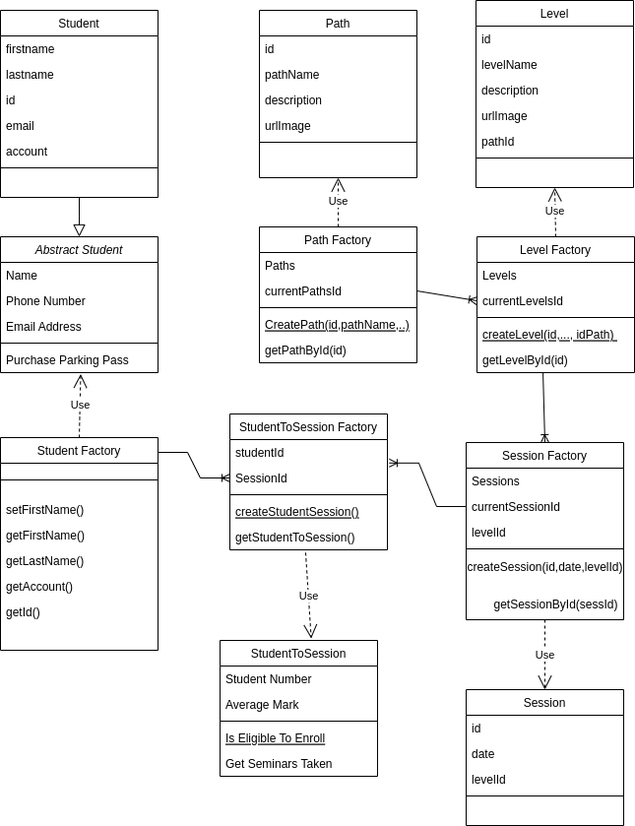
Earlier version of the draw.io export course_system_white.png (Frostbite22/DecentralizedCoursesBookingSystem). Source tidied: cells renumbered, new cells last; positions are measured from the earlier drawing's top-left corner, leaving out a move shared by most shapes.
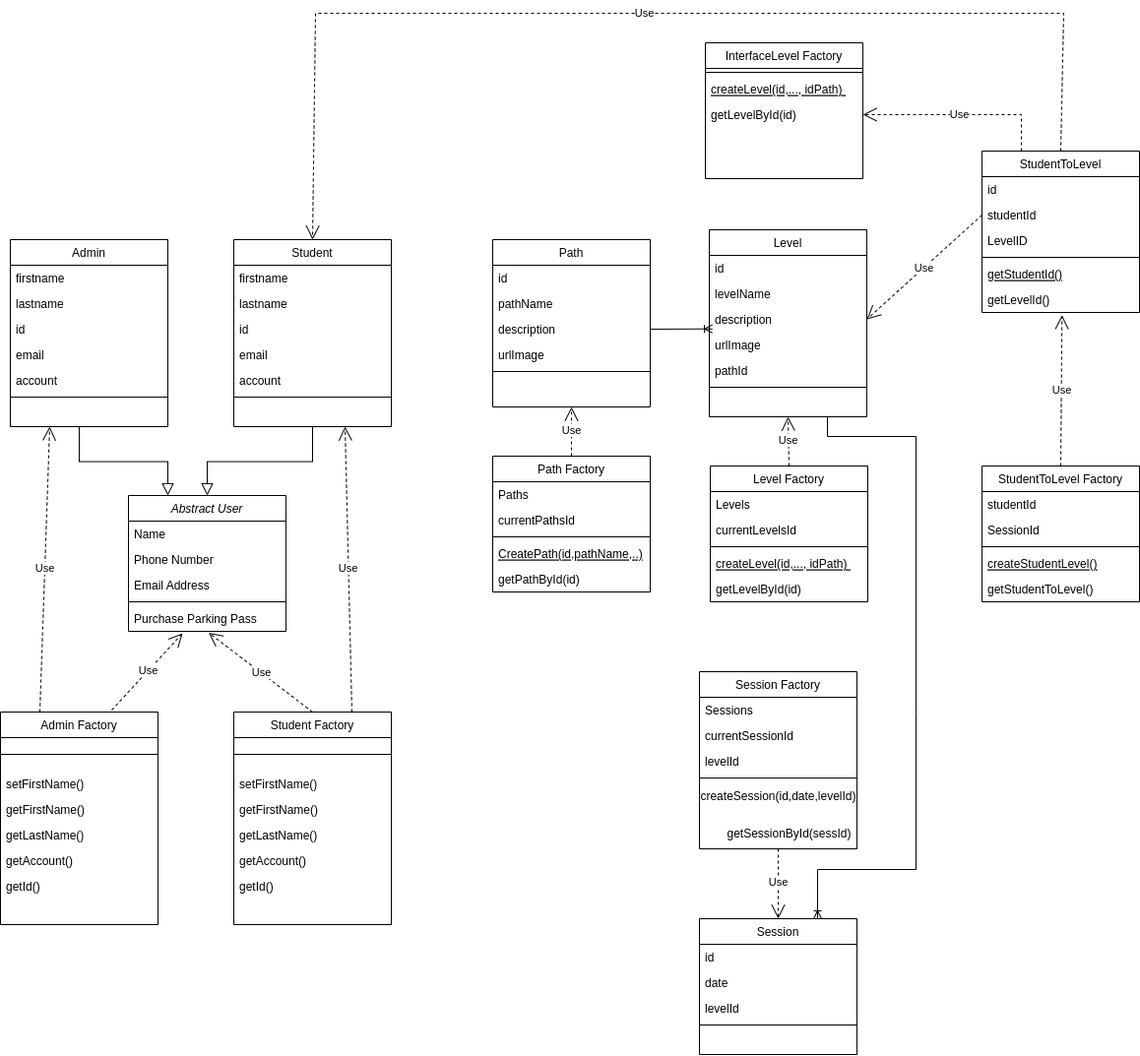
Above is the later version.

Commit message:
update class diagram

Change to the diagram source:
```diff
@@ -2,8 +2,8 @@
   <root>
     <mxCell id="0" />
     <mxCell id="1" parent="0" />
-    <mxCell id="2" value="Abstract Student" style="swimlane;fontStyle=2;align=center;verticalAlign=top;horizontal=1;startSize=26;rounded=0;shadow=0;strokeWidth=1;" parent="1" vertex="1">
-      <mxGeometry y="240" width="160" height="138" as="geometry" />
+    <mxCell id="2" value="Abstract User" style="swimlane;fontStyle=2;align=center;verticalAlign=top;horizontal=1;startSize=26;rounded=0;shadow=0;strokeWidth=1;" parent="1" vertex="1">
+      <mxGeometry x="-107" y="270" width="160" height="138" as="geometry" />
     </mxCell>
     <mxCell id="3" value="Name" style="text;align=left;verticalAlign=top;spacingLeft=4;spacingRight=4;overflow=hidden;" parent="2" vertex="1">
       <mxGeometry y="26" width="160" height="26" as="geometry" />
@@ -45,7 +45,7 @@
       <mxGeometry relative="1" as="geometry" />
     </mxCell>
     <mxCell id="16" value="Student Factory" style="swimlane;fontStyle=0;align=center;verticalAlign=top;horizontal=1;startSize=26;rounded=0;shadow=0;strokeWidth=1;" parent="1" vertex="1">
-      <mxGeometry y="444" width="160" height="216" as="geometry" />
+      <mxGeometry y="490" width="160" height="216" as="geometry" />
     </mxCell>
     <mxCell id="17" style="line;html=1;strokeWidth=1;align=left;verticalAlign=middle;spacingTop=-1;spacingLeft=3;spacingRight=3;labelPosition=right;" parent="16" vertex="1">
       <mxGeometry y="26" width="160" height="34" as="geometry" />
@@ -104,26 +104,29 @@
     <mxCell id="35" value="Use" style="endArrow=open;endSize=12;dashed=1;html=1;rounded=0;entryX=0.5;entryY=0;entryDx=0;entryDy=0;exitX=0.5;exitY=1;exitDx=0;exitDy=0;" parent="1" edge="1" source="29" target="24">
       <mxGeometry relative="1" as="geometry" />
     </mxCell>
-    <mxCell id="36" value="StudentToSession" style="swimlane;fontStyle=0;align=center;verticalAlign=top;horizontal=1;startSize=26;rounded=0;shadow=0;strokeWidth=1;" parent="1" vertex="1">
-      <mxGeometry x="223" y="650" width="160" height="138" as="geometry" />
+    <mxCell id="36" value="StudentToLevel" style="swimlane;fontStyle=0;align=center;verticalAlign=top;horizontal=1;startSize=26;rounded=0;shadow=0;strokeWidth=1;" parent="1" vertex="1">
+      <mxGeometry x="760" y="-80" width="160" height="164" as="geometry" />
     </mxCell>
-    <mxCell id="37" value="Student Number" style="text;align=left;verticalAlign=top;spacingLeft=4;spacingRight=4;overflow=hidden;" parent="36" vertex="1">
+    <mxCell id="37" value="id" style="text;align=left;verticalAlign=top;spacingLeft=4;spacingRight=4;overflow=hidden;" parent="36" vertex="1">
       <mxGeometry y="26" width="160" height="26" as="geometry" />
     </mxCell>
-    <mxCell id="38" value="Average Mark" style="text;align=left;verticalAlign=top;spacingLeft=4;spacingRight=4;overflow=hidden;points=[[0,0.5],[1,0.5]];portConstraint=eastwest;rounded=0;shadow=0;html=0;" parent="36" vertex="1">
+    <mxCell id="38" value="studentId" style="text;align=left;verticalAlign=top;spacingLeft=4;spacingRight=4;overflow=hidden;points=[[0,0.5],[1,0.5]];portConstraint=eastwest;rounded=0;shadow=0;html=0;" parent="36" vertex="1">
       <mxGeometry y="52" width="160" height="26" as="geometry" />
     </mxCell>
+    <mxCell id="81" value="LevelID" style="text;align=left;verticalAlign=top;spacingLeft=4;spacingRight=4;overflow=hidden;rounded=0;shadow=0;html=0;" parent="36" vertex="1">
+      <mxGeometry y="78" width="160" height="26" as="geometry" />
+    </mxCell>
     <mxCell id="39" style="line;html=1;strokeWidth=1;align=left;verticalAlign=middle;spacingTop=-1;spacingLeft=3;spacingRight=3;labelPosition=right;" parent="36" vertex="1">
-      <mxGeometry y="78" width="160" height="8" as="geometry" />
+      <mxGeometry y="104" width="160" height="8" as="geometry" />
     </mxCell>
-    <mxCell id="40" value="Is Eligible To Enroll" style="text;align=left;verticalAlign=top;spacingLeft=4;spacingRight=4;overflow=hidden;fontStyle=4;" parent="36" vertex="1">
-      <mxGeometry y="86" width="160" height="26" as="geometry" />
+    <mxCell id="40" value="getStudentId()" style="text;align=left;verticalAlign=top;spacingLeft=4;spacingRight=4;overflow=hidden;fontStyle=4;" parent="36" vertex="1">
+      <mxGeometry y="112" width="160" height="26" as="geometry" />
     </mxCell>
-    <mxCell id="41" value="Get Seminars Taken" style="text;align=left;verticalAlign=top;spacingLeft=4;spacingRight=4;overflow=hidden;points=[[0,0.5],[1,0.5]];portConstraint=eastwest;" parent="36" vertex="1">
-      <mxGeometry y="112" width="160" height="26" as="geometry" />
+    <mxCell id="41" value="getLevelId()" style="text;align=left;verticalAlign=top;spacingLeft=4;spacingRight=4;overflow=hidden;points=[[0,0.5],[1,0.5]];portConstraint=eastwest;" parent="36" vertex="1">
+      <mxGeometry y="138" width="160" height="26" as="geometry" />
     </mxCell>
-    <mxCell id="42" value="StudentToSession Factory" style="swimlane;fontStyle=0;align=center;verticalAlign=top;horizontal=1;startSize=26;rounded=0;shadow=0;strokeWidth=1;" parent="1" vertex="1">
-      <mxGeometry x="233" y="420" width="160" height="138" as="geometry" />
+    <mxCell id="42" value="StudentToLevel Factory" style="swimlane;fontStyle=0;align=center;verticalAlign=top;horizontal=1;startSize=26;rounded=0;shadow=0;strokeWidth=1;" parent="1" vertex="1">
+      <mxGeometry x="760" y="240" width="160" height="138" as="geometry" />
     </mxCell>
     <mxCell id="43" value="studentId" style="text;align=left;verticalAlign=top;spacingLeft=4;spacingRight=4;overflow=hidden;" parent="42" vertex="1">
       <mxGeometry y="26" width="160" height="26" as="geometry" />
@@ -134,23 +137,15 @@
     <mxCell id="45" style="line;html=1;strokeWidth=1;align=left;verticalAlign=middle;spacingTop=-1;spacingLeft=3;spacingRight=3;labelPosition=right;" parent="42" vertex="1">
       <mxGeometry y="78" width="160" height="8" as="geometry" />
     </mxCell>
-    <mxCell id="46" value="createStudentSession()" style="text;align=left;verticalAlign=top;spacingLeft=4;spacingRight=4;overflow=hidden;fontStyle=4;" parent="42" vertex="1">
+    <mxCell id="46" value="createStudentLevel()" style="text;align=left;verticalAlign=top;spacingLeft=4;spacingRight=4;overflow=hidden;fontStyle=4;" parent="42" vertex="1">
       <mxGeometry y="86" width="160" height="26" as="geometry" />
     </mxCell>
-    <mxCell id="47" value="getStudentToSession()" style="text;align=left;verticalAlign=top;spacingLeft=4;spacingRight=4;overflow=hidden;points=[[0,0.5],[1,0.5]];portConstraint=eastwest;" parent="42" vertex="1">
+    <mxCell id="47" value="getStudentToLevel()" style="text;align=left;verticalAlign=top;spacingLeft=4;spacingRight=4;overflow=hidden;points=[[0,0.5],[1,0.5]];portConstraint=eastwest;" parent="42" vertex="1">
       <mxGeometry y="112" width="160" height="26" as="geometry" />
     </mxCell>
-    <mxCell id="48" value="Use" style="endArrow=open;endSize=12;dashed=1;html=1;rounded=0;entryX=0.579;entryY=-0.014;entryDx=0;entryDy=0;entryPerimeter=0;exitX=0.481;exitY=1.11;exitDx=0;exitDy=0;exitPerimeter=0;" parent="1" edge="1" source="47" target="36">
+    <mxCell id="48" value="Use" style="endArrow=open;endSize=12;dashed=1;html=1;rounded=0;exitX=0.5;exitY=0;exitDx=0;exitDy=0;entryX=0.508;entryY=1.103;entryDx=0;entryDy=0;entryPerimeter=0;" parent="1" edge="1" source="42" target="41">
       <mxGeometry relative="1" as="geometry" />
     </mxCell>
-    <mxCell id="49" style="edgeStyle=entityRelationEdgeStyle;fontSize=12;html=1;endArrow=ERoneToMany;rounded=0;exitX=1;exitY=0.5;exitDx=0;exitDy=0;entryX=0;entryY=0.5;entryDx=0;entryDy=0;" parent="1" edge="1" target="44">
-      <mxGeometry relative="1" as="geometry">
-        <mxPoint x="160" y="459" as="sourcePoint" />
-      </mxGeometry>
-    </mxCell>
-    <mxCell id="50" style="edgeStyle=entityRelationEdgeStyle;fontSize=12;html=1;endArrow=ERoneToMany;rounded=0;exitX=0;exitY=0.5;exitDx=0;exitDy=0;entryX=1.012;entryY=-0.084;entryDx=0;entryDy=0;entryPerimeter=0;" parent="1" edge="1" source="31" target="44">
-      <mxGeometry relative="1" as="geometry" />
-    </mxCell>
     <mxCell id="51" value="Level" style="swimlane;fontStyle=0;align=center;verticalAlign=top;horizontal=1;startSize=26;rounded=0;shadow=0;strokeWidth=1;" parent="1" vertex="1">
       <mxGeometry x="483" width="160" height="190" as="geometry" />
     </mxCell>
@@ -193,8 +188,16 @@
     <mxCell id="64" value="Use" style="endArrow=open;endSize=12;dashed=1;html=1;rounded=0;exitX=0.5;exitY=0;exitDx=0;exitDy=0;entryX=0.5;entryY=1;entryDx=0;entryDy=0;" parent="1" edge="1" source="58" target="51">
       <mxGeometry relative="1" as="geometry" />
     </mxCell>
-    <mxCell id="65" style="fontSize=12;html=1;endArrow=ERoneToMany;rounded=0;entryX=0.5;entryY=0;entryDx=0;entryDy=0;exitX=0.419;exitY=0.978;exitDx=0;exitDy=0;exitPerimeter=0;" parent="1" edge="1" source="63" target="29">
-      <mxGeometry relative="1" as="geometry" />
+    <mxCell id="65" style="fontSize=12;html=1;endArrow=ERoneToMany;rounded=0;entryX=0.75;entryY=0;entryDx=0;entryDy=0;exitX=0.75;exitY=1;exitDx=0;exitDy=0;" parent="1" edge="1" source="51" target="24">
+      <mxGeometry relative="1" as="geometry">
+        <Array as="points">
+          <mxPoint x="603" y="210" />
+          <mxPoint x="693" y="210" />
+          <mxPoint x="693" y="490" />
+          <mxPoint x="693" y="650" />
+          <mxPoint x="593" y="650" />
+        </Array>
+      </mxGeometry>
     </mxCell>
     <mxCell id="66" value="Path" style="swimlane;fontStyle=0;align=center;verticalAlign=top;horizontal=1;startSize=26;rounded=0;shadow=0;strokeWidth=1;" parent="1" vertex="1">
       <mxGeometry x="263" y="10" width="160" height="170" as="geometry" />
@@ -235,11 +238,100 @@
     <mxCell id="78" value="Use" style="endArrow=open;endSize=12;dashed=1;html=1;rounded=0;exitX=0.5;exitY=0;exitDx=0;exitDy=0;entryX=0.5;entryY=1;entryDx=0;entryDy=0;" parent="1" edge="1" source="72" target="66">
       <mxGeometry relative="1" as="geometry" />
     </mxCell>
-    <mxCell id="79" style="fontSize=12;html=1;endArrow=ERoneToMany;rounded=0;exitX=1;exitY=0.5;exitDx=0;exitDy=0;entryX=0;entryY=0.5;entryDx=0;entryDy=0;" parent="1" edge="1" source="74" target="60">
+    <mxCell id="79" style="fontSize=12;html=1;endArrow=ERoneToMany;rounded=0;exitX=1;exitY=0.5;exitDx=0;exitDy=0;entryX=0.019;entryY=-0.128;entryDx=0;entryDy=0;entryPerimeter=0;" parent="1" edge="1" source="69" target="55">
       <mxGeometry relative="1" as="geometry" />
     </mxCell>
     <mxCell id="80" value="getSessionById(sessId)" style="text;html=1;align=center;verticalAlign=middle;strokeColor=none;fillColor=none;" parent="1" vertex="1">
       <mxGeometry x="489" y="599" width="150" height="30" as="geometry" />
     </mxCell>
+    <mxCell id="82" value="Admin" style="swimlane;fontStyle=0;align=center;verticalAlign=top;horizontal=1;startSize=26;rounded=0;shadow=0;strokeWidth=1;" parent="1" vertex="1">
+      <mxGeometry x="-227" y="10" width="160" height="190" as="geometry" />
+    </mxCell>
+    <mxCell id="83" value="firstname" style="text;align=left;verticalAlign=top;spacingLeft=4;spacingRight=4;overflow=hidden;" parent="82" vertex="1">
+      <mxGeometry y="26" width="160" height="26" as="geometry" />
+    </mxCell>
+    <mxCell id="84" value="lastname" style="text;align=left;verticalAlign=top;spacingLeft=4;spacingRight=4;overflow=hidden;rounded=0;shadow=0;html=0;" parent="82" vertex="1">
+      <mxGeometry y="52" width="160" height="26" as="geometry" />
+    </mxCell>
+    <mxCell id="85" value="id" style="text;align=left;verticalAlign=top;spacingLeft=4;spacingRight=4;overflow=hidden;rounded=0;shadow=0;html=0;" parent="82" vertex="1">
+      <mxGeometry y="78" width="160" height="26" as="geometry" />
+    </mxCell>
+    <mxCell id="86" value="email" style="text;align=left;verticalAlign=top;spacingLeft=4;spacingRight=4;overflow=hidden;rounded=0;shadow=0;html=0;" parent="82" vertex="1">
+      <mxGeometry y="104" width="160" height="26" as="geometry" />
+    </mxCell>
+    <mxCell id="87" value="account" style="text;align=left;verticalAlign=top;spacingLeft=4;spacingRight=4;overflow=hidden;rounded=0;shadow=0;html=0;" parent="82" vertex="1">
+      <mxGeometry y="130" width="160" height="26" as="geometry" />
+    </mxCell>
+    <mxCell id="88" style="line;html=1;strokeWidth=1;align=left;verticalAlign=middle;spacingTop=-1;spacingLeft=3;spacingRight=3;labelPosition=right;" parent="82" vertex="1">
+      <mxGeometry y="156" width="160" height="8" as="geometry" />
+    </mxCell>
+    <mxCell id="89" style="endArrow=block;endSize=10;endFill=0;shadow=0;strokeWidth=1;rounded=0;edgeStyle=elbowEdgeStyle;elbow=vertical;entryX=0.25;entryY=0;entryDx=0;entryDy=0;" parent="1" edge="1" target="2">
+      <mxGeometry relative="1" as="geometry">
+        <mxPoint x="-157" y="200" as="sourcePoint" />
+      </mxGeometry>
+    </mxCell>
+    <mxCell id="90" value="Use" style="endArrow=open;endSize=12;dashed=1;html=1;rounded=0;exitX=0.75;exitY=0;exitDx=0;exitDy=0;" parent="1" edge="1" source="16">
+      <mxGeometry relative="1" as="geometry">
+        <mxPoint x="113" y="200" as="targetPoint" />
+      </mxGeometry>
+    </mxCell>
+    <mxCell id="91" value="Admin Factory" style="swimlane;fontStyle=0;align=center;verticalAlign=top;horizontal=1;startSize=26;rounded=0;shadow=0;strokeWidth=1;" parent="1" vertex="1">
+      <mxGeometry x="-237" y="490" width="160" height="216" as="geometry" />
+    </mxCell>
+    <mxCell id="92" style="line;html=1;strokeWidth=1;align=left;verticalAlign=middle;spacingTop=-1;spacingLeft=3;spacingRight=3;labelPosition=right;" parent="91" vertex="1">
+      <mxGeometry y="26" width="160" height="34" as="geometry" />
+    </mxCell>
+    <mxCell id="93" value="setFirstName()" style="text;align=left;verticalAlign=top;spacingLeft=4;spacingRight=4;overflow=hidden;" parent="91" vertex="1">
+      <mxGeometry y="60" width="160" height="26" as="geometry" />
+    </mxCell>
+    <mxCell id="94" value="getFirstName()" style="text;align=left;verticalAlign=top;spacingLeft=4;spacingRight=4;overflow=hidden;" parent="91" vertex="1">
+      <mxGeometry y="86" width="160" height="26" as="geometry" />
+    </mxCell>
+    <mxCell id="95" value="getLastName()" style="text;align=left;verticalAlign=top;spacingLeft=4;spacingRight=4;overflow=hidden;" parent="91" vertex="1">
+      <mxGeometry y="112" width="160" height="26" as="geometry" />
+    </mxCell>
+    <mxCell id="96" value="getAccount()" style="text;align=left;verticalAlign=top;spacingLeft=4;spacingRight=4;overflow=hidden;" parent="91" vertex="1">
+      <mxGeometry y="138" width="160" height="26" as="geometry" />
+    </mxCell>
+    <mxCell id="97" value="getId()" style="text;align=left;verticalAlign=top;spacingLeft=4;spacingRight=4;overflow=hidden;" parent="91" vertex="1">
+      <mxGeometry y="164" width="160" height="26" as="geometry" />
+    </mxCell>
+    <mxCell id="98" value="Use" style="endArrow=open;endSize=12;dashed=1;html=1;rounded=0;exitX=0.706;exitY=-0.009;exitDx=0;exitDy=0;entryX=0.344;entryY=1.077;entryDx=0;entryDy=0;entryPerimeter=0;exitPerimeter=0;" parent="1" edge="1" source="91" target="7">
+      <mxGeometry relative="1" as="geometry" />
+    </mxCell>
+    <mxCell id="99" value="Use" style="endArrow=open;endSize=12;dashed=1;html=1;rounded=0;exitX=0.25;exitY=0;exitDx=0;exitDy=0;entryX=0.25;entryY=1;entryDx=0;entryDy=0;" parent="1" edge="1" source="91" target="82">
+      <mxGeometry relative="1" as="geometry" />
+    </mxCell>
+    <mxCell id="100" value="Use" style="endArrow=open;endSize=12;dashed=1;html=1;rounded=0;exitX=0.5;exitY=0;exitDx=0;exitDy=0;entryX=0.5;entryY=0;entryDx=0;entryDy=0;" parent="1" edge="1" source="36" target="8">
+      <mxGeometry relative="1" as="geometry">
+        <Array as="points">
+          <mxPoint x="843" y="-220" />
+          <mxPoint x="493" y="-220" />
+          <mxPoint x="83" y="-220" />
+        </Array>
+      </mxGeometry>
+    </mxCell>
+    <mxCell id="101" value="InterfaceLevel Factory" style="swimlane;fontStyle=0;align=center;verticalAlign=top;horizontal=1;startSize=26;rounded=0;shadow=0;strokeWidth=1;" parent="1" vertex="1">
+      <mxGeometry x="479" y="-190" width="160" height="138" as="geometry" />
+    </mxCell>
+    <mxCell id="102" style="line;html=1;strokeWidth=1;align=left;verticalAlign=middle;spacingTop=-1;spacingLeft=3;spacingRight=3;labelPosition=right;" parent="101" vertex="1">
+      <mxGeometry y="26" width="160" height="8" as="geometry" />
+    </mxCell>
+    <mxCell id="103" value="createLevel(id,..., idPath) " style="text;align=left;verticalAlign=top;spacingLeft=4;spacingRight=4;overflow=hidden;fontStyle=4;" parent="101" vertex="1">
+      <mxGeometry y="34" width="160" height="26" as="geometry" />
+    </mxCell>
+    <mxCell id="104" value="getLevelById(id)" style="text;align=left;verticalAlign=top;spacingLeft=4;spacingRight=4;overflow=hidden;points=[[0,0.5],[1,0.5]];portConstraint=eastwest;" parent="101" vertex="1">
+      <mxGeometry y="60" width="160" height="26" as="geometry" />
+    </mxCell>
+    <mxCell id="105" value="Use" style="endArrow=open;endSize=12;dashed=1;html=1;rounded=0;entryX=1;entryY=0.5;entryDx=0;entryDy=0;exitX=0.25;exitY=0;exitDx=0;exitDy=0;" parent="1" edge="1" source="36" target="104">
+      <mxGeometry relative="1" as="geometry">
+        <Array as="points">
+          <mxPoint x="800" y="-117" />
+        </Array>
+      </mxGeometry>
+    </mxCell>
+    <mxCell id="106" value="Use" style="endArrow=open;endSize=12;dashed=1;html=1;rounded=0;entryX=1;entryY=0.5;entryDx=0;entryDy=0;exitX=0;exitY=0.5;exitDx=0;exitDy=0;" parent="1" edge="1" source="38" target="54">
+      <mxGeometry relative="1" as="geometry" />
+    </mxCell>
   </root>
 </mxGraphModel>
```
